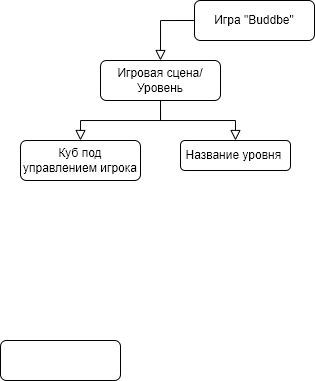
This is Gusevy.png from AvanHeinz/Buddbe, a draw.io export, as it was before one commit. Source tidied: cells renumbered, new cells last; positions are measured from the earlier drawing's top-left corner, leaving out a move shared by most shapes.
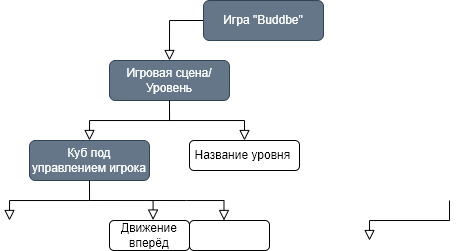
Later version of the same file.

Change to the diagram source:
```diff
@@ -5,19 +5,19 @@
     <mxCell id="2" style="rounded=0;html=1;jettySize=auto;fontSize=11;endArrow=block;endFill=0;endSize=8;strokeWidth=1;shadow=0;labelBackgroundColor=none;edgeStyle=orthogonalEdgeStyle;entryX=0.5;entryY=0;entryDx=0;entryDy=0;exitX=0;exitY=0.5;exitDx=0;exitDy=0;" parent="1" edge="1" source="3" target="4">
       <mxGeometry relative="1" as="geometry" />
     </mxCell>
-    <mxCell id="3" value="Игра &quot;Buddbe&quot;" style="rounded=1;whiteSpace=wrap;html=1;fontSize=12;glass=0;strokeWidth=1;shadow=0;" parent="1" vertex="1">
+    <mxCell id="3" value="Игра &quot;Buddbe&quot;" style="rounded=1;whiteSpace=wrap;html=1;fontSize=12;glass=0;strokeWidth=1;shadow=0;fillColor=#647687;fontColor=#ffffff;strokeColor=#314354;" parent="1" vertex="1">
       <mxGeometry x="194" width="120" height="40" as="geometry" />
     </mxCell>
-    <mxCell id="4" value="Игровая сцена/Уровень" style="rounded=1;whiteSpace=wrap;html=1;fontSize=12;glass=0;strokeWidth=1;shadow=0;" parent="1" vertex="1">
+    <mxCell id="4" value="Игровая сцена/Уровень" style="rounded=1;whiteSpace=wrap;html=1;fontSize=12;glass=0;strokeWidth=1;shadow=0;fillColor=#647687;fontColor=#ffffff;strokeColor=#314354;" parent="1" vertex="1">
       <mxGeometry x="100" y="60" width="120" height="40" as="geometry" />
     </mxCell>
     <mxCell id="5" value="Название уровня&amp;nbsp;" style="rounded=1;whiteSpace=wrap;html=1;fontSize=12;glass=0;strokeWidth=1;shadow=0;" parent="1" vertex="1">
       <mxGeometry x="180" y="140" width="110" height="30" as="geometry" />
     </mxCell>
-    <mxCell id="6" style="rounded=1;whiteSpace=wrap;html=1;fontSize=12;glass=0;strokeWidth=1;shadow=0;" parent="1" vertex="1">
-      <mxGeometry y="340" width="120" height="40" as="geometry" />
+    <mxCell id="6" value="Движение вперёд" style="rounded=1;whiteSpace=wrap;html=1;fontSize=12;glass=0;strokeWidth=1;shadow=0;" parent="1" vertex="1">
+      <mxGeometry x="100" y="220" width="80" height="30" as="geometry" />
     </mxCell>
-    <mxCell id="7" value="Куб под управлением игрока" style="rounded=1;whiteSpace=wrap;html=1;fontSize=12;glass=0;strokeWidth=1;shadow=0;" parent="1" vertex="1">
+    <mxCell id="7" value="Куб под управлением игрока" style="rounded=1;whiteSpace=wrap;html=1;fontSize=12;glass=0;strokeWidth=1;shadow=0;fillColor=#647687;fontColor=#ffffff;strokeColor=#314354;" parent="1" vertex="1">
       <mxGeometry x="20" y="140" width="120" height="40" as="geometry" />
     </mxCell>
     <mxCell id="8" style="rounded=0;html=1;jettySize=auto;fontSize=11;endArrow=block;endFill=0;endSize=8;strokeWidth=1;shadow=0;labelBackgroundColor=none;edgeStyle=orthogonalEdgeStyle;exitX=0.5;exitY=1;exitDx=0;exitDy=0;" parent="1" edge="1" source="4" target="5">
@@ -32,5 +32,43 @@
         </Array>
       </mxGeometry>
     </mxCell>
+    <mxCell id="10" style="rounded=0;html=1;jettySize=auto;orthogonalLoop=1;fontSize=11;endArrow=block;endFill=0;endSize=8;strokeWidth=1;shadow=0;labelBackgroundColor=none;edgeStyle=orthogonalEdgeStyle;entryX=0.5;entryY=0;entryDx=0;entryDy=0;" parent="1" edge="1">
+      <mxGeometry relative="1" as="geometry">
+        <mxPoint x="80" y="180" as="sourcePoint" />
+        <mxPoint y="220" as="targetPoint" />
+        <Array as="points">
+          <mxPoint x="80" y="200" />
+          <mxPoint y="200" />
+        </Array>
+      </mxGeometry>
+    </mxCell>
+    <mxCell id="11" style="rounded=0;html=1;jettySize=auto;orthogonalLoop=1;fontSize=11;endArrow=block;endFill=0;endSize=8;strokeWidth=1;shadow=0;labelBackgroundColor=none;edgeStyle=orthogonalEdgeStyle;entryX=0.5;entryY=0;entryDx=0;entryDy=0;" parent="1" edge="1">
+      <mxGeometry relative="1" as="geometry">
+        <mxPoint x="440" y="200" as="sourcePoint" />
+        <mxPoint x="360" y="240" as="targetPoint" />
+        <Array as="points">
+          <mxPoint x="440" y="220" />
+          <mxPoint x="360" y="220" />
+        </Array>
+      </mxGeometry>
+    </mxCell>
+    <mxCell id="12" style="rounded=0;html=1;jettySize=auto;fontSize=11;endArrow=block;endFill=0;endSize=8;strokeWidth=1;shadow=0;labelBackgroundColor=none;edgeStyle=orthogonalEdgeStyle;exitX=0.5;exitY=1;exitDx=0;exitDy=0;entryX=0.545;entryY=-0.015;entryDx=0;entryDy=0;entryPerimeter=0;" parent="1" edge="1" target="6">
+      <mxGeometry relative="1" as="geometry">
+        <mxPoint x="80" y="200" as="sourcePoint" />
+      </mxGeometry>
+    </mxCell>
+    <mxCell id="13" style="rounded=0;html=1;jettySize=auto;orthogonalLoop=1;fontSize=11;endArrow=block;endFill=0;endSize=8;strokeWidth=1;shadow=0;labelBackgroundColor=none;edgeStyle=orthogonalEdgeStyle;entryX=0.545;entryY=-0.015;entryDx=0;entryDy=0;entryPerimeter=0;" parent="1" edge="1">
+      <mxGeometry relative="1" as="geometry">
+        <mxPoint x="140" y="200" as="sourcePoint" />
+        <mxPoint x="214.5" y="220" as="targetPoint" />
+        <Array as="points">
+          <mxPoint x="177" y="200" />
+          <mxPoint x="215" y="200" />
+        </Array>
+      </mxGeometry>
+    </mxCell>
+    <mxCell id="14" style="rounded=1;whiteSpace=wrap;html=1;fontSize=12;glass=0;strokeWidth=1;shadow=0;" parent="1" vertex="1">
+      <mxGeometry x="180" y="220" width="80" height="30" as="geometry" />
+    </mxCell>
   </root>
 </mxGraphModel>
```
